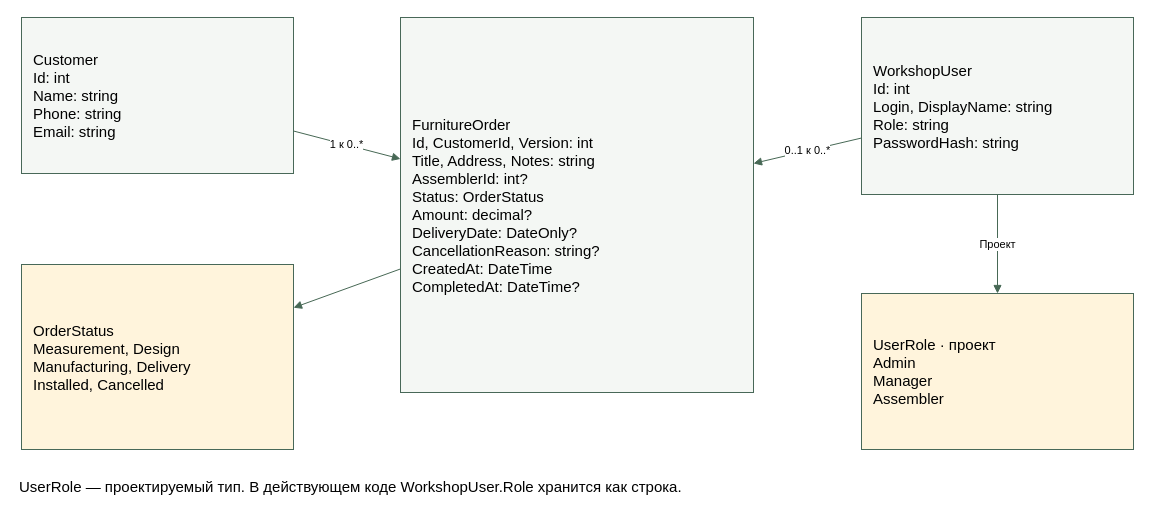
Above: docs/classes.drawio in dima-AIi/13variant (draw.io), before the change. Source tidied: cells renumbered, new cells numbered last; positions are measured from the earlier drawing's top-left corner, leaving out a move shared by most shapes. Both pictures are drawn from the tidied source at 100%, with x=0, y=0 at pixel (17, 17).
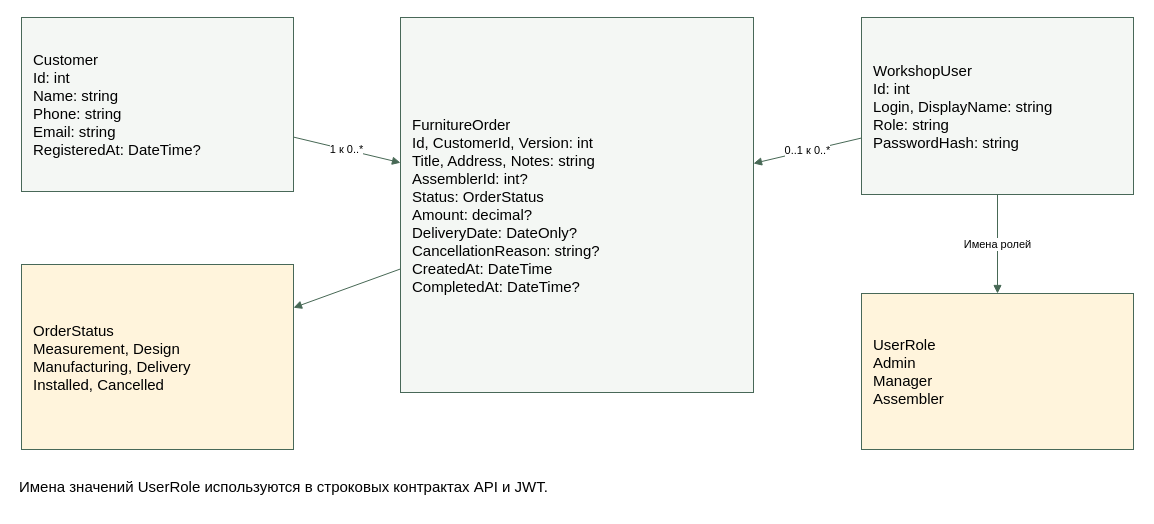
Above is the later version.

The edit, as a diff of the source:
```diff
@@
 <mxGraphModel>
   <root>
     <mxCell id="0" />
     <mxCell id="1" parent="0" />
     <mxCell id="2" value="1 к 0..*" style="edgeStyle=none;html=1;endArrow=block;endFill=1;strokeColor=#476855;" parent="1" edge="1" source="6" target="7">
       <mxGeometry relative="1" as="geometry" />
     </mxCell>
     <mxCell id="3" value="0..1 к 0..*" style="edgeStyle=none;html=1;endArrow=block;endFill=1;strokeColor=#476855;" parent="1" edge="1" source="8" target="7">
       <mxGeometry relative="1" as="geometry" />
     </mxCell>
     <mxCell id="4" style="edgeStyle=none;html=1;endArrow=block;endFill=1;strokeColor=#476855;" parent="1" edge="1" source="7" target="9">
       <mxGeometry relative="1" as="geometry" />
     </mxCell>
-    <mxCell id="5" value="Проект" style="edgeStyle=none;html=1;endArrow=block;endFill=1;strokeColor=#476855;" parent="1" edge="1" source="8" target="10">
+    <mxCell id="5" value="Имена ролей" style="edgeStyle=none;html=1;endArrow=block;endFill=1;strokeColor=#476855;" parent="1" edge="1" source="8" target="10">
       <mxGeometry relative="1" as="geometry" />
     </mxCell>
-    <mxCell id="6" value="Customer&lt;br&gt;Id: int&lt;br&gt;Name: string&lt;br&gt;Phone: string&lt;br&gt;Email: string" style="whiteSpace=wrap;html=1;fillColor=#f4f7f4;strokeColor=#486858;fontSize=15;align=left;spacingLeft=10;" parent="1" vertex="1">
-      <mxGeometry x="4" width="272" height="156" as="geometry" />
+    <mxCell id="6" value="Customer&lt;br&gt;Id: int&lt;br&gt;Name: string&lt;br&gt;Phone: string&lt;br&gt;Email: string&lt;br&gt;RegisteredAt: DateTime?" style="whiteSpace=wrap;html=1;fillColor=#f4f7f4;strokeColor=#486858;fontSize=15;align=left;spacingLeft=10;" parent="1" vertex="1">
+      <mxGeometry x="4" width="272" height="174" as="geometry" />
     </mxCell>
     <mxCell id="7" value="FurnitureOrder&lt;br&gt;Id, CustomerId, Version: int&lt;br&gt;Title, Address, Notes: string&lt;br&gt;AssemblerId: int?&lt;br&gt;Status: OrderStatus&lt;br&gt;Amount: decimal?&lt;br&gt;DeliveryDate: DateOnly?&lt;br&gt;CancellationReason: string?&lt;br&gt;CreatedAt: DateTime&lt;br&gt;CompletedAt: DateTime?" style="whiteSpace=wrap;html=1;fillColor=#f4f7f4;strokeColor=#486858;fontSize=15;align=left;spacingLeft=10;" parent="1" vertex="1">
       <mxGeometry x="383" width="353" height="375" as="geometry" />
     </mxCell>
     <mxCell id="8" value="WorkshopUser&lt;br&gt;Id: int&lt;br&gt;Login, DisplayName: string&lt;br&gt;Role: string&lt;br&gt;PasswordHash: string" style="whiteSpace=wrap;html=1;fillColor=#f4f7f4;strokeColor=#486858;fontSize=15;align=left;spacingLeft=10;" parent="1" vertex="1">
       <mxGeometry x="844" width="272" height="177" as="geometry" />
     </mxCell>
     <mxCell id="9" value="OrderStatus&lt;br&gt;Measurement, Design&lt;br&gt;Manufacturing, Delivery&lt;br&gt;Installed, Cancelled" style="whiteSpace=wrap;html=1;fillColor=#fff4dc;strokeColor=#486858;fontSize=15;align=left;spacingLeft=10;" parent="1" vertex="1">
       <mxGeometry x="4" y="247" width="272" height="185" as="geometry" />
     </mxCell>
-    <mxCell id="10" value="UserRole  ·  проект&lt;br&gt;Admin&lt;br&gt;Manager&lt;br&gt;Assembler" style="whiteSpace=wrap;html=1;fillColor=#fff4dc;strokeColor=#486858;fontSize=15;align=left;spacingLeft=10;" parent="1" vertex="1">
+    <mxCell id="10" value="UserRole&lt;br&gt;Admin&lt;br&gt;Manager&lt;br&gt;Assembler" style="whiteSpace=wrap;html=1;fillColor=#fff4dc;strokeColor=#486858;fontSize=15;align=left;spacingLeft=10;" parent="1" vertex="1">
       <mxGeometry x="844" y="276" width="272" height="156" as="geometry" />
     </mxCell>
-    <mxCell id="11" value="UserRole — проектируемый тип. В действующем коде WorkshopUser.Role хранится как строка." style="text;html=1;align=left;fontSize=15;" parent="1" vertex="1">
+    <mxCell id="11" value="Имена значений UserRole используются в строковых контрактах API и JWT." style="text;html=1;align=left;fontSize=15;" parent="1" vertex="1">
       <mxGeometry y="454" width="1120" height="35" as="geometry" />
     </mxCell>
   </root>
 </mxGraphModel>
```
